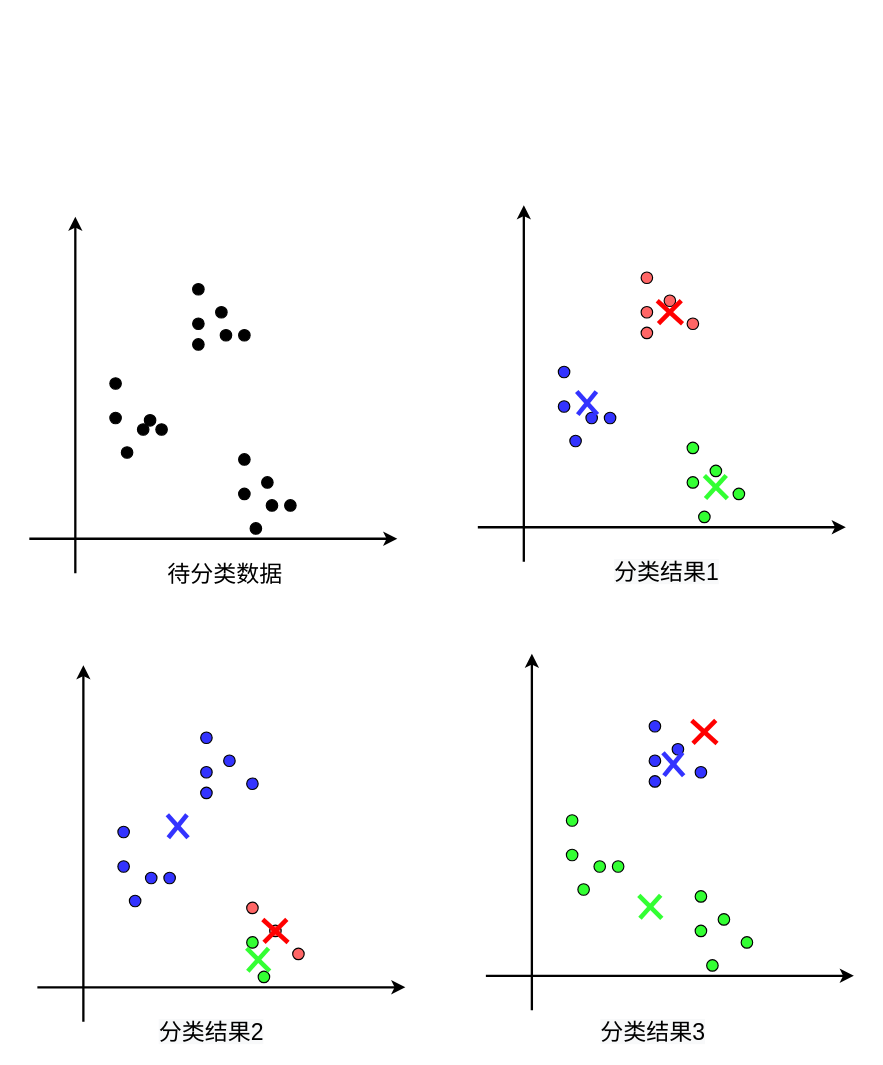
Ice-Tea-7/HelloWorld keeps this draw.io diagram as Untitled Diagram.drawio. Above is the earlier version. Source tidied: cells renumbered, new cells numbered last; positions are measured from the earlier drawing's top-left corner, leaving out a move shared by most shapes. Both pictures are drawn from the tidied source at 115%, with x=0, y=0 at pixel (29, 205).
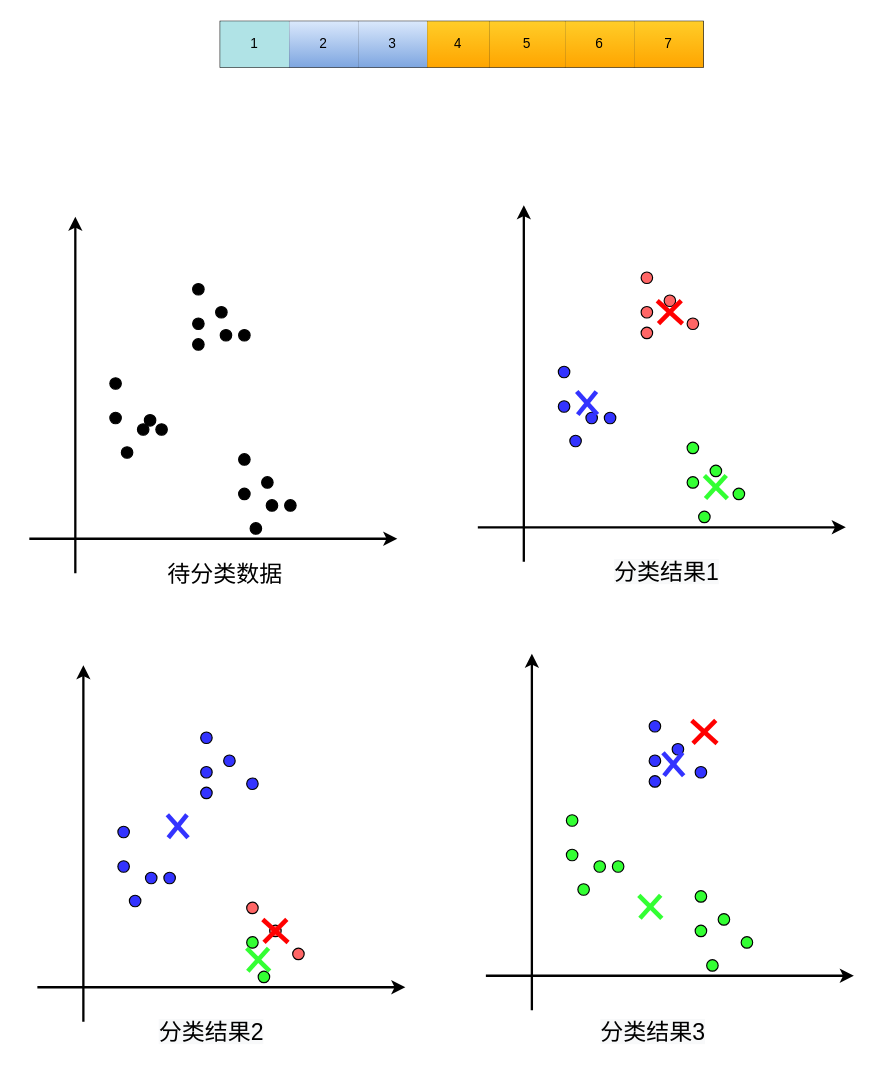
Above is the later version.

Diff of the diagram source:
```diff
@@
+    <mxCell id="104" style="shape=table;startSize=0;childLayout=tableLayout;" parent="1" vertex="1">
+      <mxGeometry x="166" y="-160" width="420" height="40" as="geometry" />
+    </mxCell>
+    <mxCell id="105" style="shape=partialRectangle;fillColor=none;top=0;left=0;bottom=0;right=0;" parent="104" vertex="1">
+      <mxGeometry width="420" height="40" as="geometry" />
+    </mxCell>
+    <mxCell id="106" value="1" style="shape=partialRectangle;html=1;whiteSpace=wrap;overflow=hidden;fillColor=#b0e3e6;top=0;left=0;bottom=0;right=0;" parent="105" vertex="1">
+      <mxGeometry width="60" height="40" as="geometry" />
+    </mxCell>
+    <mxCell id="107" value="2" style="shape=partialRectangle;html=1;whiteSpace=wrap;overflow=hidden;fillColor=#dae8fc;top=0;left=0;bottom=0;right=0;gradientColor=#7ea6e0;" parent="105" vertex="1">
+      <mxGeometry x="60" width="60" height="40" as="geometry" />
+    </mxCell>
+    <mxCell id="108" value="3" style="shape=partialRectangle;html=1;whiteSpace=wrap;overflow=hidden;fillColor=#dae8fc;top=0;left=0;bottom=0;right=0;gradientColor=#7ea6e0;" parent="105" vertex="1">
+      <mxGeometry x="120" width="60" height="40" as="geometry" />
+    </mxCell>
+    <mxCell id="109" value="4" style="shape=partialRectangle;html=1;whiteSpace=wrap;overflow=hidden;fillColor=#ffcd28;top=0;left=0;bottom=0;right=0;gradientColor=#ffa500;" parent="105" vertex="1">
+      <mxGeometry x="180" width="54" height="40" as="geometry" />
+    </mxCell>
+    <mxCell id="110" value="5" style="shape=partialRectangle;html=1;whiteSpace=wrap;overflow=hidden;fillColor=#ffcd28;top=0;left=0;bottom=0;right=0;gradientColor=#ffa500;" parent="105" vertex="1">
+      <mxGeometry x="234" width="66" height="40" as="geometry" />
+    </mxCell>
+    <mxCell id="111" value="6" style="shape=partialRectangle;html=1;whiteSpace=wrap;overflow=hidden;fillColor=#ffcd28;top=0;left=0;bottom=0;right=0;gradientColor=#ffa500;" parent="105" vertex="1">
+      <mxGeometry x="300" width="60" height="40" as="geometry" />
+    </mxCell>
+    <mxCell id="112" value="7" style="shape=partialRectangle;html=1;whiteSpace=wrap;overflow=hidden;fillColor=#ffcd28;top=0;left=0;bottom=0;right=0;gradientColor=#ffa500;strokeWidth=2;" parent="105" vertex="1">
+      <mxGeometry x="360" width="60" height="40" as="geometry" />
+    </mxCell>
```
